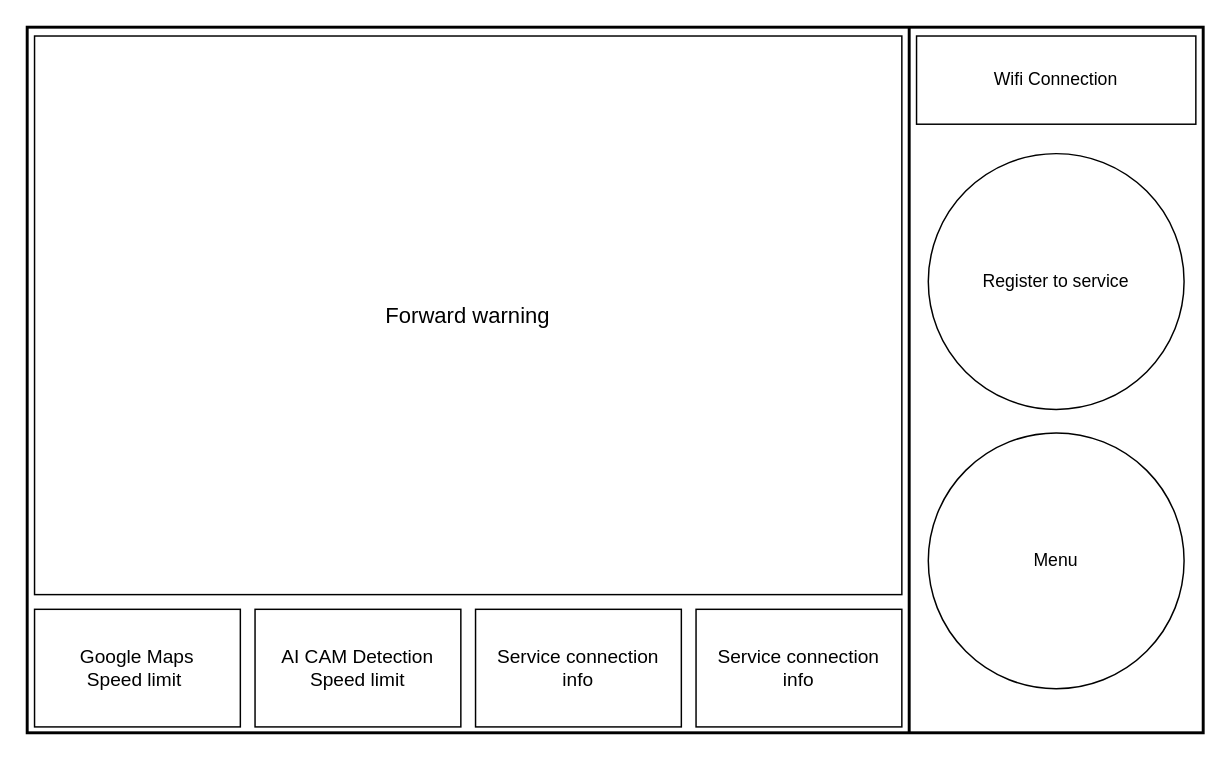
Antonio-Cezar/Roadie keeps this draw.io diagram as page "Main-page" (1 of 2) of System engineering/Screen layout.drawio. Above is the earlier version. Source tidied: cells renumbered, new cells numbered last; positions are measured from the earlier drawing's top-left corner, leaving out a move shared by most shapes. Both pictures are drawn from the tidied source at 147%, with x=0, y=0 at pixel (26, 26).
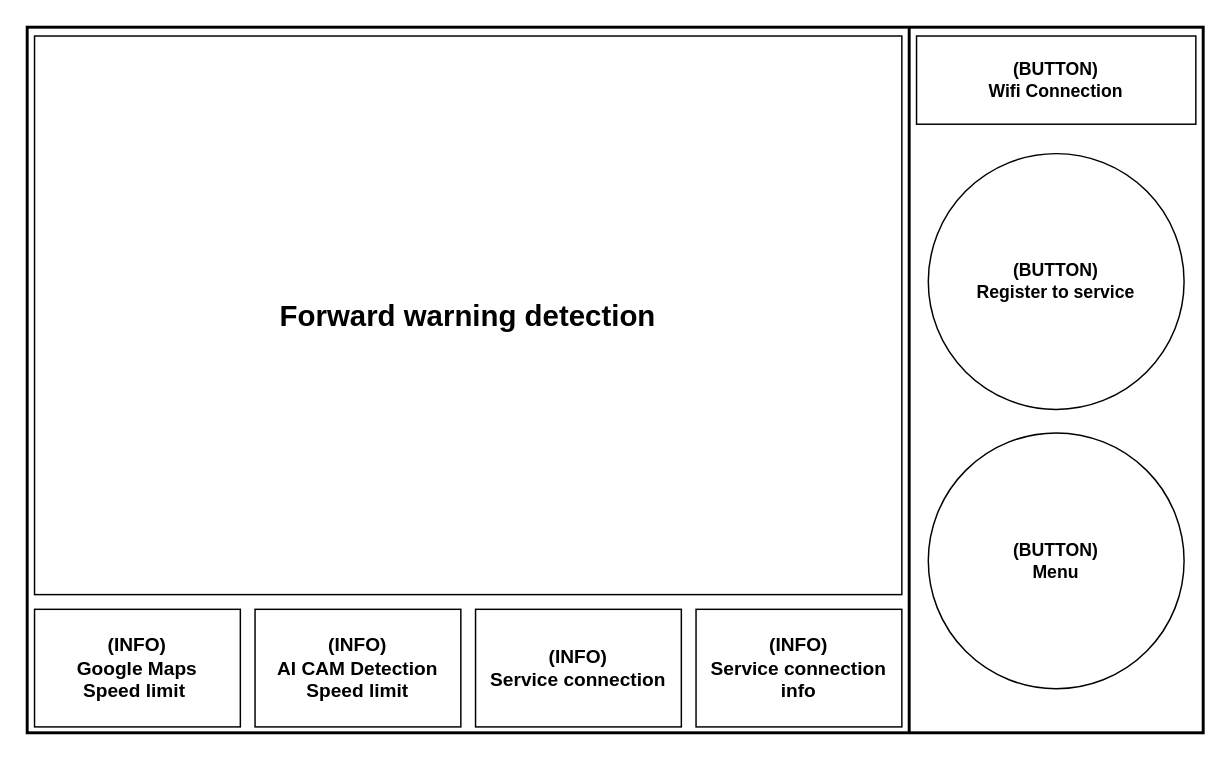
After the change.

The edit, as a diff of the source:
```diff
@@
 <mxGraphModel>
   <root>
     <mxCell id="0" />
     <mxCell id="1" parent="0" />
     <mxCell id="2" style="rounded=0;whiteSpace=wrap;html=1;strokeWidth=2;" parent="1" vertex="1">
       <mxGeometry width="800" height="480" as="geometry" />
     </mxCell>
     <mxCell id="3" style="endArrow=none;html=1;rounded=0;entryX=0.75;entryY=0;entryDx=0;entryDy=0;exitX=0.75;exitY=1;exitDx=0;exitDy=0;strokeWidth=2;" parent="1" edge="1" source="2" target="2">
       <mxGeometry relative="1" as="geometry" />
     </mxCell>
-    <mxCell id="4" value="&lt;font style=&quot;font-size: 13px;&quot;&gt;Google Maps&lt;/font&gt;&lt;div&gt;&lt;font style=&quot;font-size: 13px;&quot;&gt;Speed limit&amp;nbsp;&lt;/font&gt;&lt;/div&gt;" style="rounded=0;whiteSpace=wrap;html=1;" parent="1" vertex="1">
+    <mxCell id="4" value="&lt;div&gt;&lt;font style=&quot;font-size: 13px;&quot;&gt;&lt;b&gt;(INFO)&lt;/b&gt;&lt;/font&gt;&lt;/div&gt;&lt;font style=&quot;font-size: 13px;&quot;&gt;&lt;b&gt;Google Maps&lt;/b&gt;&lt;/font&gt;&lt;div&gt;&lt;b&gt;&lt;font style=&quot;font-size: 13px;&quot;&gt;Speed limit&lt;/font&gt;&lt;span style=&quot;font-size: 13px; background-color: transparent; color: light-dark(rgb(0, 0, 0), rgb(255, 255, 255));&quot;&gt;&amp;nbsp;&lt;/span&gt;&lt;/b&gt;&lt;/div&gt;" style="rounded=0;whiteSpace=wrap;html=1;" parent="1" vertex="1">
       <mxGeometry x="5" y="396" width="140" height="80" as="geometry" />
     </mxCell>
-    <mxCell id="5" value="&lt;span style=&quot;font-size: 13px;&quot;&gt;AI CAM Detection&lt;/span&gt;&lt;div&gt;&lt;span style=&quot;font-size: 13px;&quot;&gt;Speed limit&lt;/span&gt;&lt;/div&gt;" style="rounded=0;whiteSpace=wrap;html=1;" parent="1" vertex="1">
+    <mxCell id="5" value="&lt;div&gt;&lt;b&gt;&lt;span style=&quot;font-size: 13px;&quot;&gt;(INFO)&lt;/span&gt;&lt;span style=&quot;font-size: 13px;&quot;&gt;&lt;/span&gt;&lt;/b&gt;&lt;/div&gt;&lt;span style=&quot;font-size: 13px;&quot;&gt;&lt;b&gt;AI CAM Detection&lt;/b&gt;&lt;/span&gt;&lt;div&gt;&lt;span style=&quot;font-size: 13px;&quot;&gt;&lt;b&gt;Speed limit&lt;/b&gt;&lt;/span&gt;&lt;/div&gt;" style="rounded=0;whiteSpace=wrap;html=1;" parent="1" vertex="1">
       <mxGeometry x="155" y="396" width="140" height="80" as="geometry" />
     </mxCell>
-    <mxCell id="6" value="Menu" style="ellipse;whiteSpace=wrap;html=1;" parent="1" vertex="1">
+    <mxCell id="6" value="&lt;div&gt;&lt;b&gt;(BUTTON)&lt;/b&gt;&lt;/div&gt;&lt;b&gt;Menu&lt;/b&gt;" style="ellipse;whiteSpace=wrap;html=1;" parent="1" vertex="1">
       <mxGeometry x="613" y="276" width="174" height="174" as="geometry" />
     </mxCell>
-    <mxCell id="7" value="Wifi Connection" style="rounded=0;whiteSpace=wrap;html=1;" parent="1" vertex="1">
+    <mxCell id="7" value="&lt;div&gt;&lt;b&gt;(BUTTON)&lt;/b&gt;&lt;/div&gt;&lt;b&gt;Wifi Connection&lt;/b&gt;" style="rounded=0;whiteSpace=wrap;html=1;" parent="1" vertex="1">
       <mxGeometry x="605" y="6" width="190" height="60" as="geometry" />
     </mxCell>
-    <mxCell id="8" value="&lt;font style=&quot;font-size: 15px;&quot;&gt;Forward warning&lt;/font&gt;" style="rounded=0;whiteSpace=wrap;html=1;" parent="1" vertex="1">
+    <mxCell id="8" value="&lt;font style=&quot;font-size: 20px;&quot;&gt;&lt;b style=&quot;&quot;&gt;Forward warning detection&lt;/b&gt;&lt;/font&gt;" style="rounded=0;whiteSpace=wrap;html=1;" parent="1" vertex="1">
       <mxGeometry x="5" y="6" width="590" height="380" as="geometry" />
     </mxCell>
-    <mxCell id="9" value="&lt;span style=&quot;font-size: 13px;&quot;&gt;Service connection&lt;/span&gt;&lt;div&gt;&lt;span style=&quot;font-size: 13px;&quot;&gt;info&lt;/span&gt;&lt;/div&gt;" style="rounded=0;whiteSpace=wrap;html=1;" parent="1" vertex="1">
+    <mxCell id="9" value="&lt;div&gt;&lt;b&gt;&lt;span style=&quot;font-size: 13px;&quot;&gt;(INFO)&lt;/span&gt;&lt;span style=&quot;font-size: 13px;&quot;&gt;&lt;/span&gt;&lt;/b&gt;&lt;/div&gt;&lt;span style=&quot;font-size: 13px;&quot;&gt;&lt;b&gt;Service connection&lt;/b&gt;&lt;/span&gt;" style="rounded=0;whiteSpace=wrap;html=1;" parent="1" vertex="1">
       <mxGeometry x="305" y="396" width="140" height="80" as="geometry" />
     </mxCell>
-    <mxCell id="10" value="Register to service" style="ellipse;whiteSpace=wrap;html=1;" parent="1" vertex="1">
+    <mxCell id="10" value="&lt;div&gt;&lt;b&gt;(BUTTON)&lt;/b&gt;&lt;/div&gt;&lt;b&gt;Register to service&lt;/b&gt;" style="ellipse;whiteSpace=wrap;html=1;" parent="1" vertex="1">
       <mxGeometry x="613" y="86" width="174" height="174" as="geometry" />
     </mxCell>
-    <mxCell id="11" value="&lt;span style=&quot;font-size: 13px;&quot;&gt;Service connection&lt;/span&gt;&lt;div&gt;&lt;span style=&quot;font-size: 13px;&quot;&gt;info&lt;/span&gt;&lt;/div&gt;" style="rounded=0;whiteSpace=wrap;html=1;" parent="1" vertex="1">
+    <mxCell id="11" value="&lt;div&gt;&lt;b&gt;&lt;span style=&quot;font-size: 13px;&quot;&gt;(INFO)&lt;/span&gt;&lt;span style=&quot;font-size: 13px;&quot;&gt;&lt;/span&gt;&lt;/b&gt;&lt;/div&gt;&lt;span style=&quot;font-size: 13px;&quot;&gt;&lt;b&gt;Service connection&lt;/b&gt;&lt;/span&gt;&lt;div&gt;&lt;span style=&quot;font-size: 13px;&quot;&gt;&lt;b&gt;info&lt;/b&gt;&lt;/span&gt;&lt;/div&gt;" style="rounded=0;whiteSpace=wrap;html=1;" parent="1" vertex="1">
       <mxGeometry x="455" y="396" width="140" height="80" as="geometry" />
     </mxCell>
   </root>
 </mxGraphModel>
```
